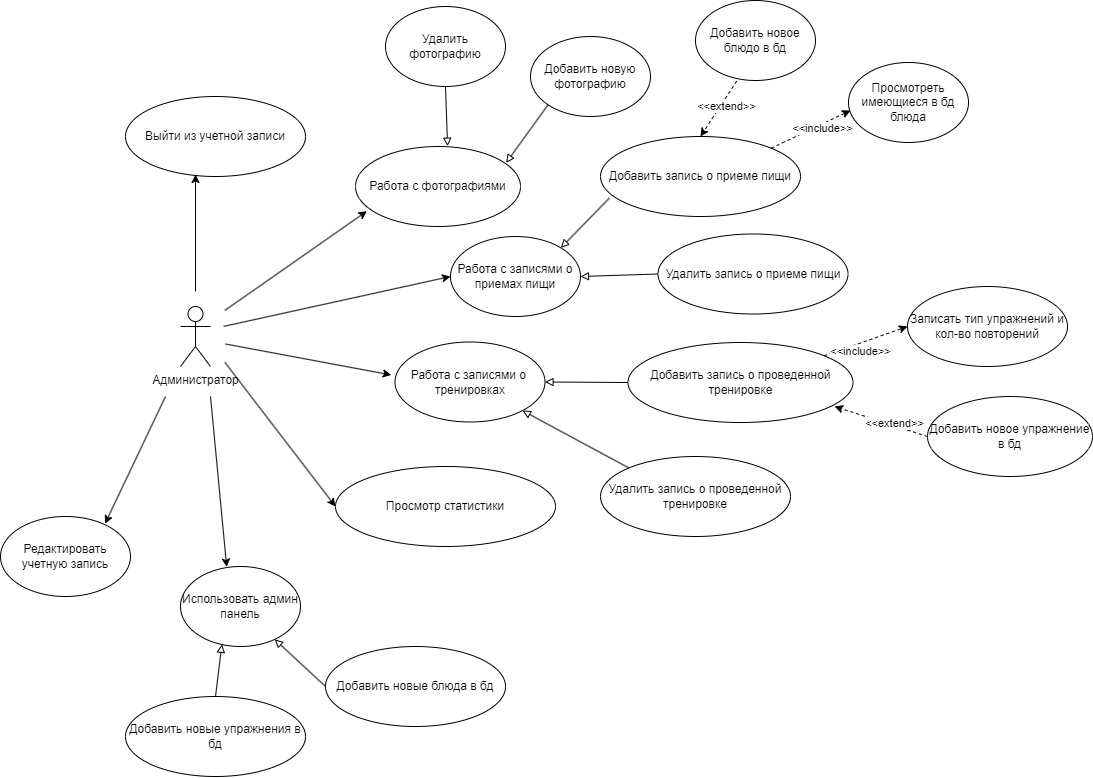
d-poluecktov/light-weight-app keeps this draw.io diagram as docs/diagrams/Use-case admin.png. Above is the earlier version. Source tidied: cells renumbered, new cells last; positions are measured from the earlier drawing's top-left corner, leaving out a move shared by most shapes. Source of this version:
```xml
<mxGraphModel>
  <root>
    <mxCell id="0" />
    <mxCell id="1" parent="0" />
    <mxCell id="2" style="rounded=0;whiteSpace=wrap;html=1;rotation=90;strokeColor=none;" parent="1" vertex="1">
      <mxGeometry x="142.5" y="313.5" width="105" height="60" as="geometry" />
    </mxCell>
    <mxCell id="3" value="Администратор" style="shape=umlActor;verticalLabelPosition=bottom;verticalAlign=top;html=1;" parent="1" vertex="1">
      <mxGeometry x="180" y="306" width="30" height="60" as="geometry" />
    </mxCell>
    <mxCell id="4" value="Выйти из учетной записи" style="ellipse;whiteSpace=wrap;html=1;" parent="1" vertex="1">
      <mxGeometry x="125" y="96" width="180" height="80" as="geometry" />
    </mxCell>
    <mxCell id="5" style="rounded=0;jettySize=auto;html=1;exitX=0;exitY=0.5;exitDx=0;exitDy=0;entryX=0.389;entryY=0.975;entryDx=0;entryDy=0;entryPerimeter=0;" parent="1" edge="1" source="2" target="4">
      <mxGeometry relative="1" as="geometry" />
    </mxCell>
    <mxCell id="6" style="rounded=0;jettySize=auto;html=1;exitX=0;exitY=0.5;exitDx=0;exitDy=0;endArrow=block;endFill=0;" parent="1" edge="1" source="7" target="10">
      <mxGeometry relative="1" as="geometry" />
    </mxCell>
    <mxCell id="7" value="Добавить новые блюда в бд" style="ellipse;whiteSpace=wrap;html=1;" parent="1" vertex="1">
      <mxGeometry x="325" y="646" width="180" height="80" as="geometry" />
    </mxCell>
    <mxCell id="8" value="Редактировать учетную запись" style="ellipse;whiteSpace=wrap;html=1;" parent="1" vertex="1">
      <mxGeometry y="516" width="130" height="80" as="geometry" />
    </mxCell>
    <mxCell id="9" value="Добавить новые упражнения в бд" style="ellipse;whiteSpace=wrap;html=1;" parent="1" vertex="1">
      <mxGeometry x="125" y="696" width="180" height="80" as="geometry" />
    </mxCell>
    <mxCell id="10" value="Использовать админ панель" style="ellipse;whiteSpace=wrap;html=1;" parent="1" vertex="1">
      <mxGeometry x="180" y="566" width="120" height="80" as="geometry" />
    </mxCell>
    <mxCell id="11" style="rounded=0;jettySize=auto;html=1;exitX=0.5;exitY=0;exitDx=0;exitDy=0;entryX=0.345;entryY=0.973;entryDx=0;entryDy=0;entryPerimeter=0;endArrow=block;endFill=0;" parent="1" edge="1" source="9" target="10">
      <mxGeometry relative="1" as="geometry" />
    </mxCell>
    <mxCell id="12" style="rounded=0;jettySize=auto;html=1;entryX=0;entryY=0.5;entryDx=0;entryDy=0;exitX=0.332;exitY=0.029;exitDx=0;exitDy=0;exitPerimeter=0;" parent="1" edge="1" source="2" target="33">
      <mxGeometry relative="1" as="geometry" />
    </mxCell>
    <mxCell id="13" style="rounded=0;jettySize=auto;html=1;exitX=0.675;exitY=0.01;exitDx=0;exitDy=0;entryX=0;entryY=0.5;entryDx=0;entryDy=0;exitPerimeter=0;" parent="1" edge="1" source="2" target="21">
      <mxGeometry relative="1" as="geometry" />
    </mxCell>
    <mxCell id="14" style="rounded=0;jettySize=auto;html=1;exitX=0.045;exitY=0.768;exitDx=0;exitDy=0;entryX=1;entryY=0;entryDx=0;entryDy=0;endArrow=block;endFill=0;exitPerimeter=0;" parent="1" edge="1" source="15" target="33">
      <mxGeometry relative="1" as="geometry" />
    </mxCell>
    <mxCell id="15" value="Добавить запись о приеме пищи" style="ellipse;whiteSpace=wrap;html=1;" parent="1" vertex="1">
      <mxGeometry x="600" y="136" width="200" height="80" as="geometry" />
    </mxCell>
    <mxCell id="16" value="Добавить запись о проведенной тренировке" style="ellipse;whiteSpace=wrap;html=1;" parent="1" vertex="1">
      <mxGeometry x="627.5" y="342" width="225" height="80" as="geometry" />
    </mxCell>
    <mxCell id="17" style="rounded=0;jettySize=auto;html=1;dashed=1;entryX=0;entryY=0.5;entryDx=0;entryDy=0;" parent="1" edge="1" source="16" target="19">
      <mxGeometry relative="1" as="geometry" />
    </mxCell>
    <mxCell id="18" value="&amp;lt;&amp;lt;include&amp;gt;&amp;gt;" style="edgeLabel;html=1;align=center;verticalAlign=middle;" parent="17" vertex="1">
      <mxGeometry x="-0.59" y="-2" relative="1" as="geometry">
        <mxPoint x="18" y="-2" as="offset" />
      </mxGeometry>
    </mxCell>
    <mxCell id="19" value="Записать тип упражнений и кол-во повторений" style="ellipse;whiteSpace=wrap;html=1;" parent="1" vertex="1">
      <mxGeometry x="907" y="286" width="160" height="80" as="geometry" />
    </mxCell>
    <mxCell id="20" style="rounded=0;jettySize=auto;html=1;exitX=0.5;exitY=0;exitDx=0;exitDy=0;entryX=-0.025;entryY=0.412;entryDx=0;entryDy=0;entryPerimeter=0;" parent="1" edge="1" source="2" target="36">
      <mxGeometry relative="1" as="geometry" />
    </mxCell>
    <mxCell id="21" value="Просмотр статистики" style="ellipse;whiteSpace=wrap;html=1;" parent="1" vertex="1">
      <mxGeometry x="335" y="466" width="220" height="80" as="geometry" />
    </mxCell>
    <mxCell id="22" value="Просмотреть имеющиеся в бд блюда" style="ellipse;whiteSpace=wrap;html=1;" parent="1" vertex="1">
      <mxGeometry x="848" y="62" width="120" height="80" as="geometry" />
    </mxCell>
    <mxCell id="23" style="rounded=0;jettySize=auto;html=1;exitX=1;exitY=0;exitDx=0;exitDy=0;entryX=0.017;entryY=0.6;entryDx=0;entryDy=0;entryPerimeter=0;dashed=1;" parent="1" edge="1" source="15" target="22">
      <mxGeometry relative="1" as="geometry" />
    </mxCell>
    <mxCell id="24" value="&amp;lt;&amp;lt;include&amp;gt;&amp;gt;" style="edgeLabel;html=1;align=center;verticalAlign=middle;" parent="23" vertex="1">
      <mxGeometry x="0.2" y="-2" relative="1" as="geometry">
        <mxPoint x="1" as="offset" />
      </mxGeometry>
    </mxCell>
    <mxCell id="25" style="rounded=0;jettySize=auto;html=1;dashed=1;exitX=0.343;exitY=1.008;exitDx=0;exitDy=0;entryX=0.5;entryY=0;entryDx=0;entryDy=0;exitPerimeter=0;" parent="1" edge="1" source="27" target="15">
      <mxGeometry relative="1" as="geometry" />
    </mxCell>
    <mxCell id="26" value="&amp;lt;&amp;lt;extend&amp;gt;&amp;gt;" style="edgeLabel;html=1;align=center;verticalAlign=middle;" parent="25" vertex="1">
      <mxGeometry x="-0.2" y="3" relative="1" as="geometry" />
    </mxCell>
    <mxCell id="27" value="Добавить новое блюдо в бд" style="ellipse;whiteSpace=wrap;html=1;" parent="1" vertex="1">
      <mxGeometry x="695" width="120" height="80" as="geometry" />
    </mxCell>
    <mxCell id="28" value="Добавить новую фотографию" style="ellipse;whiteSpace=wrap;html=1;" parent="1" vertex="1">
      <mxGeometry x="530" y="36" width="120" height="80" as="geometry" />
    </mxCell>
    <mxCell id="29" style="rounded=0;jettySize=auto;html=1;exitX=0.18;exitY=0.01;exitDx=0;exitDy=0;entryX=0.069;entryY=0.808;entryDx=0;entryDy=0;entryPerimeter=0;exitPerimeter=0;" parent="1" edge="1" source="2" target="34">
      <mxGeometry relative="1" as="geometry" />
    </mxCell>
    <mxCell id="30" value="Добавить новое упражнение в бд" style="ellipse;whiteSpace=wrap;html=1;" parent="1" vertex="1">
      <mxGeometry x="927" y="396" width="165" height="80" as="geometry" />
    </mxCell>
    <mxCell id="31" style="rounded=0;jettySize=auto;html=1;exitX=0;exitY=0.5;exitDx=0;exitDy=0;entryX=0.918;entryY=0.8;entryDx=0;entryDy=0;entryPerimeter=0;dashed=1;" parent="1" edge="1" source="30" target="16">
      <mxGeometry relative="1" as="geometry" />
    </mxCell>
    <mxCell id="32" value="&amp;lt;&amp;lt;extend&amp;gt;&amp;gt;" style="edgeLabel;html=1;align=center;verticalAlign=middle;" parent="31" vertex="1">
      <mxGeometry x="-0.23" relative="1" as="geometry">
        <mxPoint y="-3" as="offset" />
      </mxGeometry>
    </mxCell>
    <mxCell id="33" value="Работа с записями о приемах пищи" style="ellipse;whiteSpace=wrap;html=1;" parent="1" vertex="1">
      <mxGeometry x="450" y="236" width="130" height="80" as="geometry" />
    </mxCell>
    <mxCell id="34" value="Работа с фотографиями" style="ellipse;whiteSpace=wrap;html=1;" parent="1" vertex="1">
      <mxGeometry x="355" y="146" width="165" height="80" as="geometry" />
    </mxCell>
    <mxCell id="35" style="rounded=0;jettySize=auto;html=1;exitX=0;exitY=1;exitDx=0;exitDy=0;entryX=0.913;entryY=0.204;entryDx=0;entryDy=0;entryPerimeter=0;endArrow=block;endFill=0;" parent="1" edge="1" source="28" target="34">
      <mxGeometry relative="1" as="geometry" />
    </mxCell>
    <mxCell id="36" value="Работа с записями о&amp;nbsp;&lt;div&gt;тренировках&lt;/div&gt;" style="ellipse;whiteSpace=wrap;html=1;" parent="1" vertex="1">
      <mxGeometry x="394.5" y="341.5" width="150" height="80" as="geometry" />
    </mxCell>
    <mxCell id="37" style="rounded=0;jettySize=auto;html=1;exitX=0;exitY=0.5;exitDx=0;exitDy=0;entryX=1;entryY=0.5;entryDx=0;entryDy=0;endArrow=block;endFill=0;" parent="1" edge="1" source="16" target="36">
      <mxGeometry relative="1" as="geometry" />
    </mxCell>
    <mxCell id="38" style="rounded=0;jettySize=auto;html=1;exitX=0;exitY=0.5;exitDx=0;exitDy=0;entryX=1;entryY=0.5;entryDx=0;entryDy=0;endArrow=block;endFill=0;" parent="1" edge="1" source="39" target="33">
      <mxGeometry relative="1" as="geometry" />
    </mxCell>
    <mxCell id="39" value="Удалить запись о приеме пищи" style="ellipse;whiteSpace=wrap;html=1;" parent="1" vertex="1">
      <mxGeometry x="657.5" y="233.5" width="190" height="80" as="geometry" />
    </mxCell>
    <mxCell id="40" style="rounded=0;jettySize=auto;html=1;exitX=0;exitY=0;exitDx=0;exitDy=0;entryX=1;entryY=1;entryDx=0;entryDy=0;endArrow=block;endFill=0;" parent="1" edge="1" source="41" target="36">
      <mxGeometry relative="1" as="geometry" />
    </mxCell>
    <mxCell id="41" value="Удалить запись о проведенной тренировке" style="ellipse;whiteSpace=wrap;html=1;" parent="1" vertex="1">
      <mxGeometry x="600" y="456" width="190" height="80" as="geometry" />
    </mxCell>
    <mxCell id="42" style="rounded=0;jettySize=auto;html=1;exitX=0.5;exitY=1;exitDx=0;exitDy=0;entryX=0.558;entryY=-0.004;entryDx=0;entryDy=0;entryPerimeter=0;endArrow=block;endFill=0;" parent="1" edge="1" source="43" target="34">
      <mxGeometry relative="1" as="geometry" />
    </mxCell>
    <mxCell id="43" value="Удалить фотографию" style="ellipse;whiteSpace=wrap;html=1;" parent="1" vertex="1">
      <mxGeometry x="385" y="6" width="120" height="80" as="geometry" />
    </mxCell>
    <mxCell id="44" style="rounded=0;jettySize=auto;html=1;exitX=1;exitY=0.25;exitDx=0;exitDy=0;entryX=0.385;entryY=0.006;entryDx=0;entryDy=0;entryPerimeter=0;" parent="1" edge="1" source="2" target="10">
      <mxGeometry relative="1" as="geometry" />
    </mxCell>
    <mxCell id="45" style="rounded=0;jettySize=auto;html=1;entryX=0.804;entryY=0.09;entryDx=0;entryDy=0;entryPerimeter=0;exitX=1;exitY=1;exitDx=0;exitDy=0;" parent="1" edge="1" source="2" target="8">
      <mxGeometry relative="1" as="geometry" />
    </mxCell>
  </root>
</mxGraphModel>
```
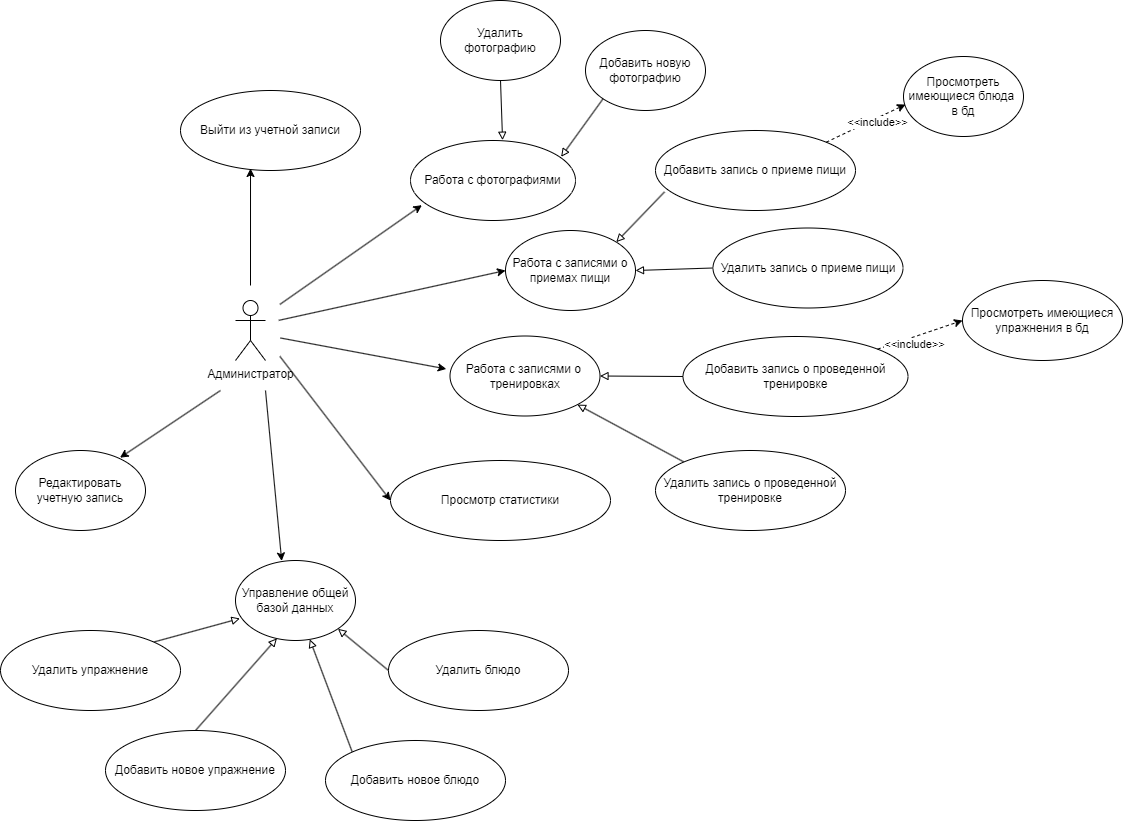
Above is the later version.

Change to the diagram source:
```diff
@@ -14,19 +14,19 @@
     <mxCell id="5" style="rounded=0;jettySize=auto;html=1;exitX=0;exitY=0.5;exitDx=0;exitDy=0;entryX=0.389;entryY=0.975;entryDx=0;entryDy=0;entryPerimeter=0;" parent="1" edge="1" source="2" target="4">
       <mxGeometry relative="1" as="geometry" />
     </mxCell>
-    <mxCell id="6" style="rounded=0;jettySize=auto;html=1;exitX=0;exitY=0.5;exitDx=0;exitDy=0;endArrow=block;endFill=0;" parent="1" edge="1" source="7" target="10">
+    <mxCell id="6" style="rounded=0;jettySize=auto;html=1;exitX=0;exitY=0;exitDx=0;exitDy=0;endArrow=block;endFill=0;" parent="1" edge="1" source="7" target="10">
       <mxGeometry relative="1" as="geometry" />
     </mxCell>
-    <mxCell id="7" value="Добавить новые блюда в бд" style="ellipse;whiteSpace=wrap;html=1;" parent="1" vertex="1">
-      <mxGeometry x="325" y="646" width="180" height="80" as="geometry" />
+    <mxCell id="7" value="Добавить новое блюдо" style="ellipse;whiteSpace=wrap;html=1;" parent="1" vertex="1">
+      <mxGeometry x="270" y="746" width="180" height="80" as="geometry" />
     </mxCell>
     <mxCell id="8" value="Редактировать учетную запись" style="ellipse;whiteSpace=wrap;html=1;" parent="1" vertex="1">
-      <mxGeometry y="516" width="130" height="80" as="geometry" />
+      <mxGeometry x="-40" y="456" width="130" height="80" as="geometry" />
     </mxCell>
-    <mxCell id="9" value="Добавить новые упражнения в бд" style="ellipse;whiteSpace=wrap;html=1;" parent="1" vertex="1">
-      <mxGeometry x="125" y="696" width="180" height="80" as="geometry" />
+    <mxCell id="9" value="Добавить новое упражнение" style="ellipse;whiteSpace=wrap;html=1;" parent="1" vertex="1">
+      <mxGeometry x="50" y="736" width="180" height="80" as="geometry" />
     </mxCell>
-    <mxCell id="10" value="Использовать админ панель" style="ellipse;whiteSpace=wrap;html=1;" parent="1" vertex="1">
+    <mxCell id="10" value="Управление общей базой данных" style="ellipse;whiteSpace=wrap;html=1;" parent="1" vertex="1">
       <mxGeometry x="180" y="566" width="120" height="80" as="geometry" />
     </mxCell>
     <mxCell id="11" style="rounded=0;jettySize=auto;html=1;exitX=0.5;exitY=0;exitDx=0;exitDy=0;entryX=0.345;entryY=0.973;entryDx=0;entryDy=0;entryPerimeter=0;endArrow=block;endFill=0;" parent="1" edge="1" source="9" target="10">
@@ -55,7 +55,7 @@
         <mxPoint x="18" y="-2" as="offset" />
       </mxGeometry>
     </mxCell>
-    <mxCell id="19" value="Записать тип упражнений и кол-во повторений" style="ellipse;whiteSpace=wrap;html=1;" parent="1" vertex="1">
+    <mxCell id="19" value="Просмотреть имеющиеся упражнения в бд" style="ellipse;whiteSpace=wrap;html=1;" parent="1" vertex="1">
       <mxGeometry x="907" y="286" width="160" height="80" as="geometry" />
     </mxCell>
     <mxCell id="20" style="rounded=0;jettySize=auto;html=1;exitX=0.5;exitY=0;exitDx=0;exitDy=0;entryX=-0.025;entryY=0.412;entryDx=0;entryDy=0;entryPerimeter=0;" parent="1" edge="1" source="2" target="36">
@@ -64,7 +64,7 @@
     <mxCell id="21" value="Просмотр статистики" style="ellipse;whiteSpace=wrap;html=1;" parent="1" vertex="1">
       <mxGeometry x="335" y="466" width="220" height="80" as="geometry" />
     </mxCell>
-    <mxCell id="22" value="Просмотреть имеющиеся в бд блюда" style="ellipse;whiteSpace=wrap;html=1;" parent="1" vertex="1">
+    <mxCell id="22" value="Просмотреть имеющиеся блюда&amp;nbsp;&lt;div&gt;в бд&lt;/div&gt;" style="ellipse;whiteSpace=wrap;html=1;" parent="1" vertex="1">
       <mxGeometry x="848" y="62" width="120" height="80" as="geometry" />
     </mxCell>
     <mxCell id="23" style="rounded=0;jettySize=auto;html=1;exitX=1;exitY=0;exitDx=0;exitDy=0;entryX=0.017;entryY=0.6;entryDx=0;entryDy=0;entryPerimeter=0;dashed=1;" parent="1" edge="1" source="15" target="22">
@@ -75,32 +75,12 @@
         <mxPoint x="1" as="offset" />
       </mxGeometry>
     </mxCell>
-    <mxCell id="25" style="rounded=0;jettySize=auto;html=1;dashed=1;exitX=0.343;exitY=1.008;exitDx=0;exitDy=0;entryX=0.5;entryY=0;entryDx=0;entryDy=0;exitPerimeter=0;" parent="1" edge="1" source="27" target="15">
-      <mxGeometry relative="1" as="geometry" />
-    </mxCell>
-    <mxCell id="26" value="&amp;lt;&amp;lt;extend&amp;gt;&amp;gt;" style="edgeLabel;html=1;align=center;verticalAlign=middle;" parent="25" vertex="1">
-      <mxGeometry x="-0.2" y="3" relative="1" as="geometry" />
-    </mxCell>
-    <mxCell id="27" value="Добавить новое блюдо в бд" style="ellipse;whiteSpace=wrap;html=1;" parent="1" vertex="1">
-      <mxGeometry x="695" width="120" height="80" as="geometry" />
-    </mxCell>
     <mxCell id="28" value="Добавить новую фотографию" style="ellipse;whiteSpace=wrap;html=1;" parent="1" vertex="1">
       <mxGeometry x="530" y="36" width="120" height="80" as="geometry" />
     </mxCell>
     <mxCell id="29" style="rounded=0;jettySize=auto;html=1;exitX=0.18;exitY=0.01;exitDx=0;exitDy=0;entryX=0.069;entryY=0.808;entryDx=0;entryDy=0;entryPerimeter=0;exitPerimeter=0;" parent="1" edge="1" source="2" target="34">
       <mxGeometry relative="1" as="geometry" />
     </mxCell>
-    <mxCell id="30" value="Добавить новое упражнение в бд" style="ellipse;whiteSpace=wrap;html=1;" parent="1" vertex="1">
-      <mxGeometry x="927" y="396" width="165" height="80" as="geometry" />
-    </mxCell>
-    <mxCell id="31" style="rounded=0;jettySize=auto;html=1;exitX=0;exitY=0.5;exitDx=0;exitDy=0;entryX=0.918;entryY=0.8;entryDx=0;entryDy=0;entryPerimeter=0;dashed=1;" parent="1" edge="1" source="30" target="16">
-      <mxGeometry relative="1" as="geometry" />
-    </mxCell>
-    <mxCell id="32" value="&amp;lt;&amp;lt;extend&amp;gt;&amp;gt;" style="edgeLabel;html=1;align=center;verticalAlign=middle;" parent="31" vertex="1">
-      <mxGeometry x="-0.23" relative="1" as="geometry">
-        <mxPoint y="-3" as="offset" />
-      </mxGeometry>
-    </mxCell>
     <mxCell id="33" value="Работа с записями о приемах пищи" style="ellipse;whiteSpace=wrap;html=1;" parent="1" vertex="1">
       <mxGeometry x="450" y="236" width="130" height="80" as="geometry" />
     </mxCell>
@@ -140,5 +120,17 @@
     <mxCell id="45" style="rounded=0;jettySize=auto;html=1;entryX=0.804;entryY=0.09;entryDx=0;entryDy=0;entryPerimeter=0;exitX=1;exitY=1;exitDx=0;exitDy=0;" parent="1" edge="1" source="2" target="8">
       <mxGeometry relative="1" as="geometry" />
     </mxCell>
+    <mxCell id="46" style="rounded=0;jettySize=auto;html=1;exitX=1;exitY=0;exitDx=0;exitDy=0;entryX=0.037;entryY=0.725;entryDx=0;entryDy=0;endArrow=block;endFill=0;entryPerimeter=0;" parent="1" edge="1" source="47" target="10">
+      <mxGeometry relative="1" as="geometry" />
+    </mxCell>
+    <mxCell id="47" value="Удалить упражнение" style="ellipse;whiteSpace=wrap;html=1;" parent="1" vertex="1">
+      <mxGeometry x="-55" y="636" width="180" height="80" as="geometry" />
+    </mxCell>
+    <mxCell id="48" style="rounded=0;jettySize=auto;html=1;exitX=0;exitY=0.5;exitDx=0;exitDy=0;entryX=1;entryY=1;entryDx=0;entryDy=0;endArrow=block;endFill=0;" parent="1" edge="1" source="49" target="10">
+      <mxGeometry relative="1" as="geometry" />
+    </mxCell>
+    <mxCell id="49" value="Удалить блюдо" style="ellipse;whiteSpace=wrap;html=1;" parent="1" vertex="1">
+      <mxGeometry x="333" y="636" width="180" height="80" as="geometry" />
+    </mxCell>
   </root>
 </mxGraphModel>
```
